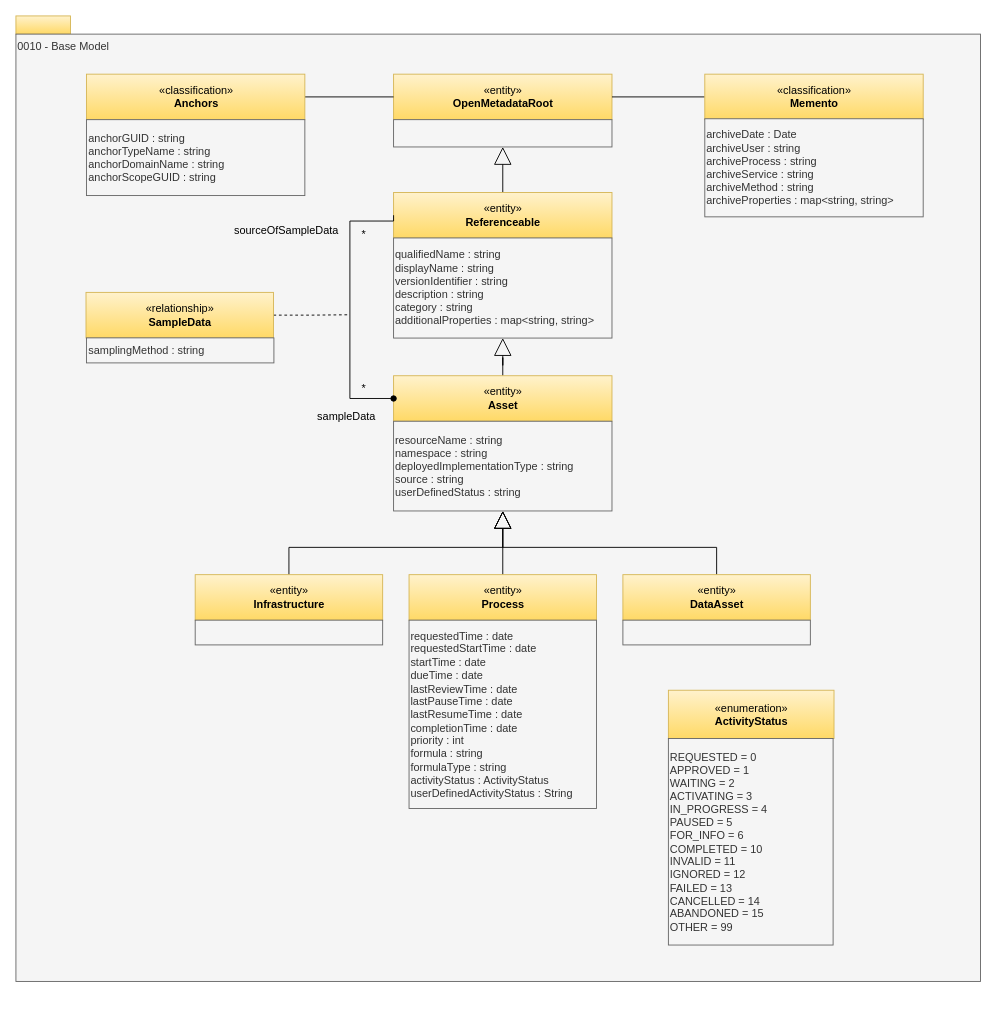
Earlier version of the draw.io diagram page "0010-Base-Model" (3 of 32) of site/docs/types/0/area-0-basic-types-and-infrastructure.drawio (odpi/egeria-docs). Source tidied: cells renumbered, new cells numbered last; positions are measured from the earlier drawing's top-left corner, leaving out a move shared by most shapes. Both pictures are drawn from the tidied source at 91%, with x=0, y=0 at pixel (15, 15).
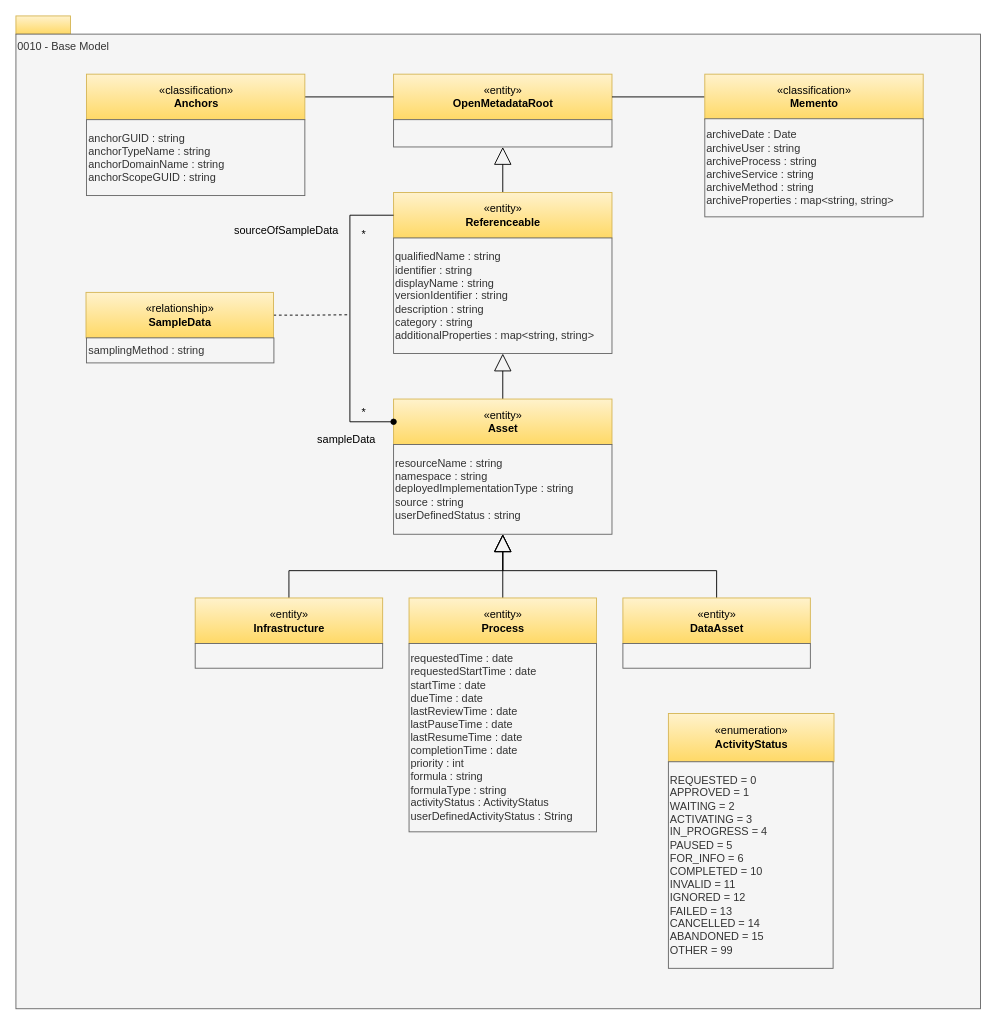
The same page after the edit.

Unchanged cells that the change refers to:
```xml
<mxCell id="5" value="«entity»&lt;br&gt;&lt;b&gt;Referenceable&lt;/b&gt;" style="html=1;strokeColor=#d6b656;align=center;fillColor=#fff2cc;gradientColor=#ffd966;" parent="1" vertex="1">
  <mxGeometry x="415" y="194" width="240" height="50" as="geometry" />
</mxCell>
```

The edit, as a diff of the source:
```diff
@@
     <mxCell id="3" value="0010 - Base Model" style="rounded=0;whiteSpace=wrap;html=1;align=left;verticalAlign=top;fillColor=#f5f5f5;fontColor=#333333;strokeColor=#666666;" parent="1" vertex="1">
-      <mxGeometry y="20" width="1060" height="1041" as="geometry" />
+      <mxGeometry y="20" width="1060" height="1071" as="geometry" />
     </mxCell>
@@
     <mxCell id="7" value="«entity»&lt;br&gt;&lt;b&gt;Infrastructure&lt;/b&gt;" style="html=1;strokeColor=#d6b656;align=center;fillColor=#fff2cc;gradientColor=#ffd966;" parent="1" vertex="1">
-      <mxGeometry x="197" y="614" width="206" height="50" as="geometry" />
+      <mxGeometry x="197" y="639.6" width="206" height="50" as="geometry" />
     </mxCell>
-    <mxCell id="8" value="qualifiedName : string&lt;div&gt;displayName : string&lt;div&gt;versionIdentifier : string&lt;br&gt;description : string&lt;/div&gt;&lt;div&gt;category : string&lt;/div&gt;additionalProperties : map&amp;lt;string, string&amp;gt;&lt;br&gt;&lt;div style=&quot;text-align: left&quot;&gt;&lt;/div&gt;&lt;/div&gt;" style="rounded=0;whiteSpace=wrap;html=1;strokeColor=#666666;align=left;fillColor=#f5f5f5;fontColor=#333333;" parent="1" vertex="1">
-      <mxGeometry x="415" y="244" width="240" height="110" as="geometry" />
+    <mxCell id="8" value="qualifiedName : string&lt;div&gt;identifier : string&lt;br&gt;&lt;div&gt;displayName : string&lt;div&gt;versionIdentifier : string&lt;br&gt;description : string&lt;/div&gt;&lt;div&gt;category : string&lt;/div&gt;additionalProperties : map&amp;lt;string, string&amp;gt;&lt;br&gt;&lt;div style=&quot;text-align: left&quot;&gt;&lt;/div&gt;&lt;/div&gt;&lt;/div&gt;" style="rounded=0;whiteSpace=wrap;html=1;strokeColor=#666666;align=left;fillColor=#f5f5f5;fontColor=#333333;" parent="1" vertex="1">
+      <mxGeometry x="415" y="244" width="240" height="127" as="geometry" />
     </mxCell>
@@
     <mxCell id="10" value="«entity»&lt;br&gt;&lt;b&gt;Asset&lt;/b&gt;" style="html=1;strokeColor=#d6b656;align=center;fillColor=#fff2cc;gradientColor=#ffd966;" parent="1" vertex="1">
-      <mxGeometry x="415" y="395.4" width="240" height="50" as="geometry" />
+      <mxGeometry x="415" y="421" width="240" height="50" as="geometry" />
     </mxCell>
     <mxCell id="11" value="&lt;div&gt;resourceName : string&lt;br&gt;&lt;div&gt;namespace : string&lt;/div&gt;deployedImplementationType : string&lt;br&gt;&lt;div style=&quot;text-align: left&quot;&gt;&lt;/div&gt;&lt;/div&gt;&lt;div&gt;&lt;span style=&quot;background-color: transparent; color: light-dark(rgb(51, 51, 51), rgb(193, 193, 193));&quot;&gt;source : strin&lt;/span&gt;&lt;span style=&quot;background-color: transparent; color: light-dark(rgb(51, 51, 51), rgb(193, 193, 193));&quot;&gt;g&lt;/span&gt;&lt;/div&gt;&lt;div&gt;userDefinedStatus : string&lt;span style=&quot;color: light-dark(rgb(51, 51, 51), rgb(193, 193, 193)); background-color: transparent;&quot;&gt;&lt;/span&gt;&lt;/div&gt;" style="rounded=0;whiteSpace=wrap;html=1;strokeColor=#666666;align=left;fillColor=#f5f5f5;fontColor=#333333;" parent="1" vertex="1">
-      <mxGeometry x="415" y="445.4" width="240" height="98.6" as="geometry" />
+      <mxGeometry x="415" y="471" width="240" height="98.6" as="geometry" />
     </mxCell>
@@
     <mxCell id="13" value="«entity»&lt;br&gt;&lt;b&gt;Process&lt;/b&gt;" style="html=1;strokeColor=#d6b656;align=center;fillColor=#fff2cc;gradientColor=#ffd966;" parent="1" vertex="1">
-      <mxGeometry x="432" y="614" width="206" height="50" as="geometry" />
+      <mxGeometry x="432" y="639.6" width="206" height="50" as="geometry" />
     </mxCell>
     <mxCell id="14" value="requestedTime : date&lt;div&gt;requestedStartTime : date&lt;br&gt;&lt;div&gt;startTime : date&lt;/div&gt;&lt;div&gt;dueTime : date&lt;/div&gt;&lt;div&gt;lastReviewTime : date&lt;/div&gt;&lt;div&gt;lastPauseTime : date&lt;/div&gt;&lt;div&gt;lastResumeTime : date&lt;/div&gt;&lt;div&gt;&lt;span style=&quot;background-color: transparent; color: light-dark(rgb(51, 51, 51), rgb(193, 193, 193));&quot;&gt;completionTime : date&lt;/span&gt;&lt;/div&gt;&lt;div&gt;priority : int&lt;/div&gt;&lt;div&gt;formula : string&lt;br&gt;formulaType : string&lt;/div&gt;&lt;div&gt;activityStatus : ActivityStatus&lt;/div&gt;&lt;div&gt;userDefinedActivityStatus : String&lt;/div&gt;&lt;/div&gt;" style="rounded=0;whiteSpace=wrap;html=1;strokeColor=#666666;align=left;fillColor=#f5f5f5;fontColor=#333333;" parent="1" vertex="1">
-      <mxGeometry x="432" y="664" width="206" height="207" as="geometry" />
+      <mxGeometry x="432" y="689.6" width="206" height="207" as="geometry" />
     </mxCell>
@@
     <mxCell id="16" value="«entity»&lt;br&gt;&lt;b&gt;DataAsset&lt;/b&gt;" style="html=1;strokeColor=#d6b656;align=center;fillColor=#fff2cc;gradientColor=#ffd966;" parent="1" vertex="1">
-      <mxGeometry x="667" y="614" width="206" height="50" as="geometry" />
+      <mxGeometry x="667" y="639.6" width="206" height="50" as="geometry" />
     </mxCell>
     <mxCell id="17" style="rounded=0;whiteSpace=wrap;html=1;strokeColor=#666666;align=left;fillColor=#f5f5f5;fontColor=#333333;" parent="1" vertex="1">
-      <mxGeometry x="667" y="664" width="206" height="27.2" as="geometry" />
+      <mxGeometry x="667" y="689.6" width="206" height="27.2" as="geometry" />
     </mxCell>
@@
     <mxCell id="29" value="*" style="text;html=1;align=center;verticalAlign=middle;strokeColor=none;fillColor=none;" parent="1" vertex="1">
-      <mxGeometry x="367" y="395.4" width="30" height="30" as="geometry" />
+      <mxGeometry x="367" y="421" width="30" height="30" as="geometry" />
     </mxCell>
@@
     <mxCell id="31" value="sampleData" style="text;html=1;align=center;verticalAlign=middle;strokeColor=none;fillColor=none;" parent="1" vertex="1">
-      <mxGeometry x="317.5" y="425.4" width="90" height="30" as="geometry" />
+      <mxGeometry x="317.5" y="451" width="90" height="30" as="geometry" />
     </mxCell>
@@
     <mxCell id="33" style="edgeStyle=orthogonalEdgeStyle;rounded=0;jettySize=auto;html=1;exitX=0;exitY=0.5;exitDx=0;exitDy=0;entryX=0;entryY=0.5;entryDx=0;entryDy=0;endArrow=oval;endFill=1;" parent="1" edge="1" source="5" target="10">
       <mxGeometry relative="1" as="geometry">
         <Array as="points">
-          <mxPoint x="367" y="225.4" />
-          <mxPoint x="367" y="420.4" />
+          <mxPoint x="367" y="219" />
+          <mxPoint x="367" y="446" />
         </Array>
       </mxGeometry>
     </mxCell>
     <mxCell id="34" style="rounded=0;whiteSpace=wrap;html=1;strokeColor=#666666;align=left;fillColor=#f5f5f5;fontColor=#333333;" parent="1" vertex="1">
-      <mxGeometry x="197" y="664" width="206" height="27.2" as="geometry" />
+      <mxGeometry x="197" y="689.6" width="206" height="27.2" as="geometry" />
     </mxCell>
     <mxCell id="35" value="«enumeration»&lt;br&gt;&lt;b&gt;ActivityStatus&lt;/b&gt;" style="html=1;strokeColor=#d6b656;align=center;fillColor=#fff2cc;gradientColor=#ffd966;" parent="1" vertex="1">
-      <mxGeometry x="717" y="741" width="182" height="53" as="geometry" />
+      <mxGeometry x="717" y="766.6" width="182" height="53" as="geometry" />
     </mxCell>
     <mxCell id="36" value="REQUESTED = 0&lt;br&gt;APPROVED = 1&lt;br&gt;WAITING = 2&lt;br&gt;ACTIVATING = 3&lt;br&gt;IN_PROGRESS = 4&lt;div&gt;PAUSED = 5&lt;/div&gt;&lt;div&gt;FOR_INFO = 6&lt;br&gt;COMPLETED = 10&lt;br&gt;INVALID = 11&lt;br&gt;IGNORED = 12&lt;br&gt;FAILED = 13&lt;br&gt;CANCELLED = 14&lt;div&gt;ABANDONED = 15&lt;br&gt;OTHER = 99&lt;/div&gt;&lt;/div&gt;" style="rounded=0;whiteSpace=wrap;html=1;strokeColor=#666666;align=left;fillColor=#f5f5f5;fontColor=#333333;" parent="1" vertex="1">
-      <mxGeometry x="717" y="794" width="181" height="227" as="geometry" />
+      <mxGeometry x="717" y="819.6" width="181" height="227" as="geometry" />
     </mxCell>
```
